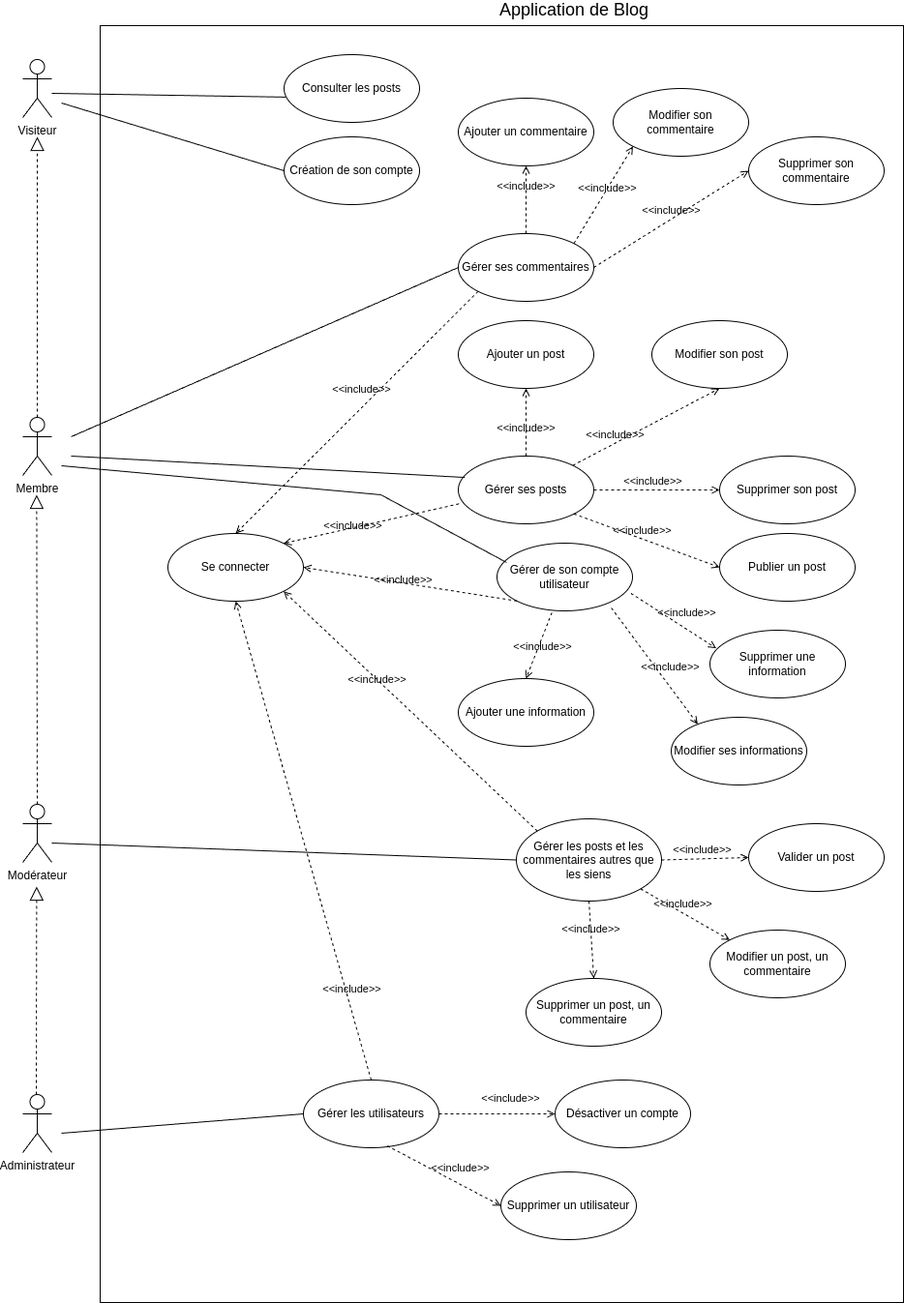
Above: diagrammes/useCaseDiagram.drawio.png in GabrielSAPONARA/CreateYourFirstPhpBlog (draw.io), before the change. Source tidied: cells renumbered, new cells last; positions are measured from the earlier drawing's top-left corner, leaving out a move shared by most shapes.
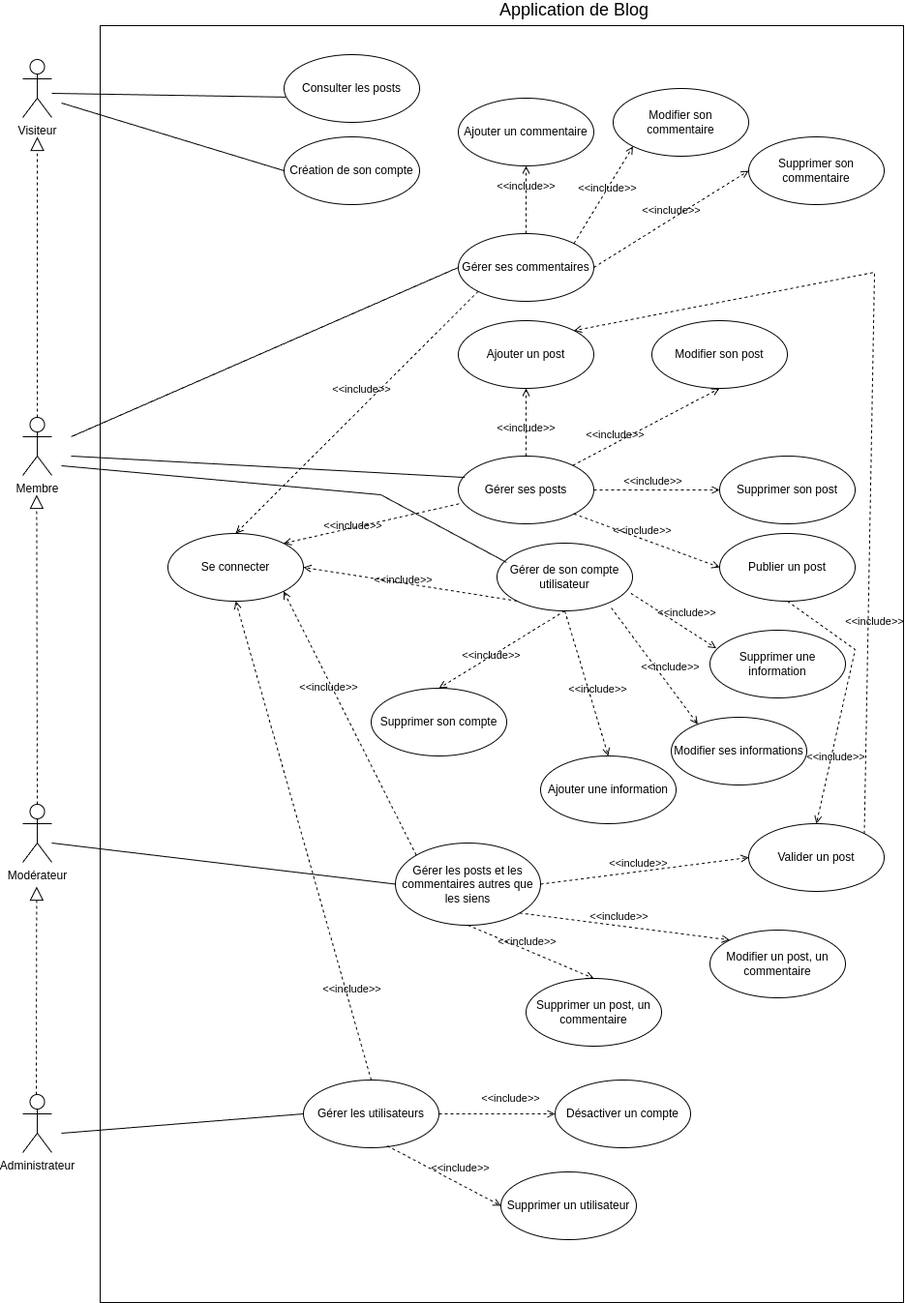
After the commit.

What changed in the source:
```diff
@@ -45,7 +45,7 @@
       <mxGeometry x="150" y="550" width="140" height="70" as="geometry" />
     </mxCell>
     <mxCell id="16" value="Gérer les posts et les commentaires autres que les siens" style="ellipse;whiteSpace=wrap;html=1;" parent="1" vertex="1">
-      <mxGeometry x="510" y="845" width="150" height="85" as="geometry" />
+      <mxGeometry x="385" y="870" width="150" height="85" as="geometry" />
     </mxCell>
     <mxCell id="17" value="Modifier un post, un commentaire" style="ellipse;whiteSpace=wrap;html=1;" parent="1" vertex="1">
       <mxGeometry x="710" y="960" width="140" height="70" as="geometry" />
@@ -69,7 +69,7 @@
       <mxGeometry x="490" y="560" width="140" height="70" as="geometry" />
     </mxCell>
     <mxCell id="24" value="Ajouter une information" style="ellipse;whiteSpace=wrap;html=1;" parent="1" vertex="1">
-      <mxGeometry x="450" y="700" width="140" height="70" as="geometry" />
+      <mxGeometry x="535" y="780" width="140" height="70" as="geometry" />
     </mxCell>
     <mxCell id="25" value="Modifier ses informations" style="ellipse;whiteSpace=wrap;html=1;" parent="1" vertex="1">
       <mxGeometry x="670" y="740" width="140" height="70" as="geometry" />
@@ -86,7 +86,7 @@
     <mxCell id="29" value="&amp;lt;&amp;lt;include&amp;gt;&amp;gt;" style="html=1;verticalAlign=bottom;labelBackgroundColor=none;endArrow=open;endFill=0;dashed=1;rounded=0;exitX=0.843;exitY=0.955;exitDx=0;exitDy=0;entryX=0.196;entryY=0.103;entryDx=0;entryDy=0;exitPerimeter=0;entryPerimeter=0;" parent="1" edge="1" source="23" target="25">
       <mxGeometry x="0.23" y="7" relative="1" as="geometry" />
     </mxCell>
-    <mxCell id="30" value="&amp;lt;&amp;lt;include&amp;gt;&amp;gt;" style="html=1;verticalAlign=bottom;labelBackgroundColor=none;endArrow=open;endFill=0;dashed=1;rounded=0;exitX=0.405;exitY=1.025;exitDx=0;exitDy=0;entryX=0.5;entryY=0;entryDx=0;entryDy=0;exitPerimeter=0;" parent="1" edge="1" source="23" target="24">
+    <mxCell id="30" value="&amp;lt;&amp;lt;include&amp;gt;&amp;gt;" style="html=1;verticalAlign=bottom;labelBackgroundColor=none;endArrow=open;endFill=0;dashed=1;rounded=0;exitX=0.5;exitY=1;exitDx=0;exitDy=0;entryX=0.5;entryY=0;entryDx=0;entryDy=0;" parent="1" edge="1" source="23" target="24">
       <mxGeometry x="0.23" y="7" relative="1" as="geometry" />
     </mxCell>
     <mxCell id="31" value="&amp;lt;&amp;lt;include&amp;gt;&amp;gt;" style="html=1;verticalAlign=bottom;labelBackgroundColor=none;endArrow=open;endFill=0;dashed=1;rounded=0;exitX=0.005;exitY=0.705;exitDx=0;exitDy=0;entryX=1;entryY=0;entryDx=0;entryDy=0;exitPerimeter=0;" parent="1" edge="1" source="9" target="15">
@@ -203,5 +203,26 @@
     <mxCell id="60" value="&lt;span style=&quot;font-size: 18px;&quot;&gt;Application de Blog&lt;/span&gt;&lt;div&gt;&lt;span style=&quot;font-size: 18px;&quot;&gt;&lt;br&gt;&lt;/span&gt;&lt;/div&gt;" style="text;html=1;align=center;verticalAlign=middle;whiteSpace=wrap;rounded=0;" parent="1" vertex="1">
       <mxGeometry x="440" width="260" height="40" as="geometry" />
     </mxCell>
+    <mxCell id="61" value="Supprimer son compte" style="ellipse;whiteSpace=wrap;html=1;" parent="1" vertex="1">
+      <mxGeometry x="360" y="710" width="140" height="70" as="geometry" />
+    </mxCell>
+    <mxCell id="62" value="&amp;lt;&amp;lt;include&amp;gt;&amp;gt;" style="html=1;verticalAlign=bottom;labelBackgroundColor=none;endArrow=open;endFill=0;dashed=1;rounded=0;exitX=0.5;exitY=1;exitDx=0;exitDy=0;entryX=0.5;entryY=0;entryDx=0;entryDy=0;" parent="1" edge="1" source="23" target="61">
+      <mxGeometry x="0.23" y="7" relative="1" as="geometry" />
+    </mxCell>
+    <mxCell id="63" value="&amp;lt;&amp;lt;include&amp;gt;&amp;gt;" style="html=1;verticalAlign=bottom;labelBackgroundColor=none;endArrow=open;endFill=0;dashed=1;rounded=0;entryX=1;entryY=0;entryDx=0;entryDy=0;exitX=1;exitY=0;exitDx=0;exitDy=0;" parent="1" edge="1" source="19" target="8">
+      <mxGeometry x="-0.53" y="-7" relative="1" as="geometry">
+        <Array as="points">
+          <mxPoint x="880" y="280" />
+        </Array>
+      </mxGeometry>
+    </mxCell>
+    <mxCell id="64" value="&amp;lt;&amp;lt;include&amp;gt;&amp;gt;" style="html=1;verticalAlign=bottom;labelBackgroundColor=none;endArrow=open;endFill=0;dashed=1;rounded=0;exitX=0.5;exitY=1;exitDx=0;exitDy=0;entryX=0.5;entryY=0;entryDx=0;entryDy=0;" parent="1" edge="1" source="50" target="19">
+      <mxGeometry x="0.53" y="7" relative="1" as="geometry">
+        <Array as="points">
+          <mxPoint x="860" y="670" />
+        </Array>
+        <mxPoint y="-1" as="offset" />
+      </mxGeometry>
+    </mxCell>
   </root>
 </mxGraphModel>
```
